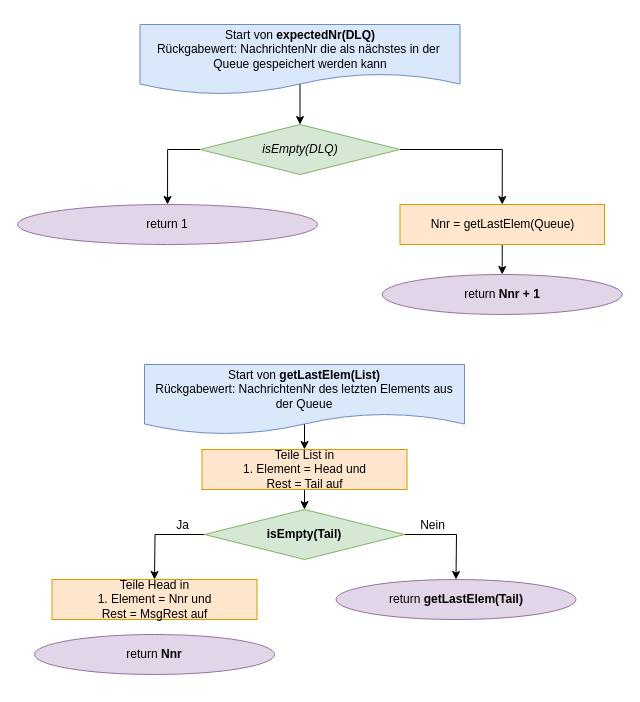
krisschaaf/Hausarbeit_Erlang_Queues keeps this draw.io diagram as Grafiken:Bilder/draw.io/DLQ/3. expectedNr.drawio. Above is the earlier version. Source tidied: cells renumbered, new cells numbered last; positions are measured from the earlier drawing's top-left corner, leaving out a move shared by most shapes. Both pictures are drawn from the tidied source at 100%, with x=0, y=0 at pixel (17, 24).
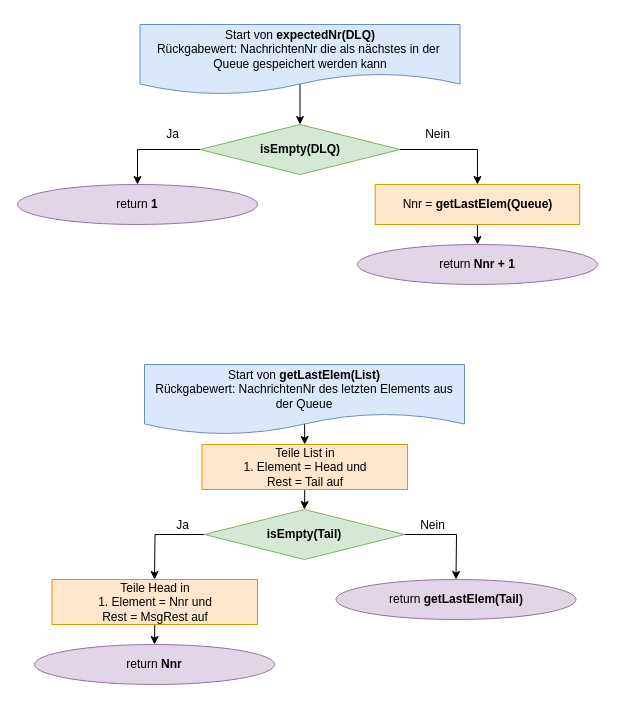
The same page after the edit.

Diff of the diagram source:
```diff
@@
-    <mxCell id="4" value="return 1" style="ellipse;whiteSpace=wrap;html=1;rounded=0;fillColor=#e1d5e7;strokeColor=#9673a6;" parent="1" vertex="1">
-      <mxGeometry y="180" width="300.1" height="40" as="geometry" />
+    <mxCell id="4" value="return &lt;b&gt;1&lt;/b&gt;" style="ellipse;whiteSpace=wrap;html=1;rounded=0;fillColor=#e1d5e7;strokeColor=#9673a6;" parent="1" vertex="1">
+      <mxGeometry y="160" width="240" height="40" as="geometry" />
     </mxCell>
@@
-    <mxCell id="7" value="&lt;i&gt;isEmpty(DLQ)&lt;/i&gt;" style="rhombus;whiteSpace=wrap;html=1;rounded=0;fillColor=#d5e8d4;strokeColor=#82b366;" parent="1" vertex="1">
+    <mxCell id="7" value="&lt;b&gt;isEmpty(DLQ)&lt;/b&gt;" style="rhombus;whiteSpace=wrap;html=1;rounded=0;fillColor=#d5e8d4;strokeColor=#82b366;" parent="1" vertex="1">
       <mxGeometry x="182.5" y="100" width="200" height="50" as="geometry" />
     </mxCell>
@@
-    <mxCell id="9" value="Nnr = getLastElem(Queue)" style="rounded=0;whiteSpace=wrap;html=1;fillColor=#ffe6cc;strokeColor=#d79b00;" parent="1" vertex="1">
-      <mxGeometry x="382.5" y="180" width="204.5" height="40" as="geometry" />
+    <mxCell id="9" value="Nnr = &lt;b&gt;getLastElem(Queue)&lt;/b&gt;" style="rounded=0;whiteSpace=wrap;html=1;fillColor=#ffe6cc;strokeColor=#d79b00;" parent="1" vertex="1">
+      <mxGeometry x="357.7" y="160" width="204.5" height="40" as="geometry" />
     </mxCell>
     <mxCell id="10" value="return &lt;b&gt;Nnr&lt;/b&gt;" style="ellipse;whiteSpace=wrap;html=1;rounded=0;fillColor=#e1d5e7;strokeColor=#9673a6;" parent="1" vertex="1">
-      <mxGeometry x="17" y="610" width="240" height="40" as="geometry" />
+      <mxGeometry x="17" y="620" width="240" height="40" as="geometry" />
     </mxCell>
@@
     <mxCell id="12" value="Teile List in&lt;br&gt;1. Element = Head und&lt;br&gt;Rest = Tail auf" style="rounded=0;whiteSpace=wrap;html=1;fillColor=#ffe6cc;strokeColor=#d79b00;" parent="1" vertex="1">
-      <mxGeometry x="184.5" y="425" width="205" height="40" as="geometry" />
+      <mxGeometry x="184.5" y="420" width="205.5" height="45" as="geometry" />
     </mxCell>
@@
     <mxCell id="21" value="return &lt;b&gt;Nnr + 1&lt;/b&gt;" style="ellipse;whiteSpace=wrap;html=1;rounded=0;fillColor=#e1d5e7;strokeColor=#9673a6;" parent="1" vertex="1">
-      <mxGeometry x="364.7" y="250" width="240" height="40" as="geometry" />
+      <mxGeometry x="340" y="220" width="240" height="40" as="geometry" />
     </mxCell>
+    <mxCell id="23" style="edgeStyle=orthogonalEdgeStyle;rounded=0;jettySize=auto;html=1;exitX=0.5;exitY=1;exitDx=0;exitDy=0;entryX=0.5;entryY=0;entryDx=0;entryDy=0;" parent="1" edge="1" source="22" target="10">
+      <mxGeometry relative="1" as="geometry" />
+    </mxCell>
     <mxCell id="22" value="Teile Head in&lt;br&gt;1. Element = Nnr und&lt;br&gt;Rest = MsgRest auf" style="rounded=0;whiteSpace=wrap;html=1;fillColor=#ffe6cc;strokeColor=#d79b00;" parent="1" vertex="1">
-      <mxGeometry x="34.5" y="555" width="205" height="40" as="geometry" />
+      <mxGeometry x="34.5" y="555" width="205.5" height="45" as="geometry" />
     </mxCell>
+    <mxCell id="24" value="Ja" style="text;html=1;align=center;verticalAlign=middle;strokeColor=none;fillColor=none;" parent="1" vertex="1">
+      <mxGeometry x="140" y="100" width="30" height="20" as="geometry" />
+    </mxCell>
+    <mxCell id="25" value="Nein" style="text;html=1;align=center;verticalAlign=middle;strokeColor=none;fillColor=none;" parent="1" vertex="1">
+      <mxGeometry x="400" y="100" width="40" height="20" as="geometry" />
+    </mxCell>
```
